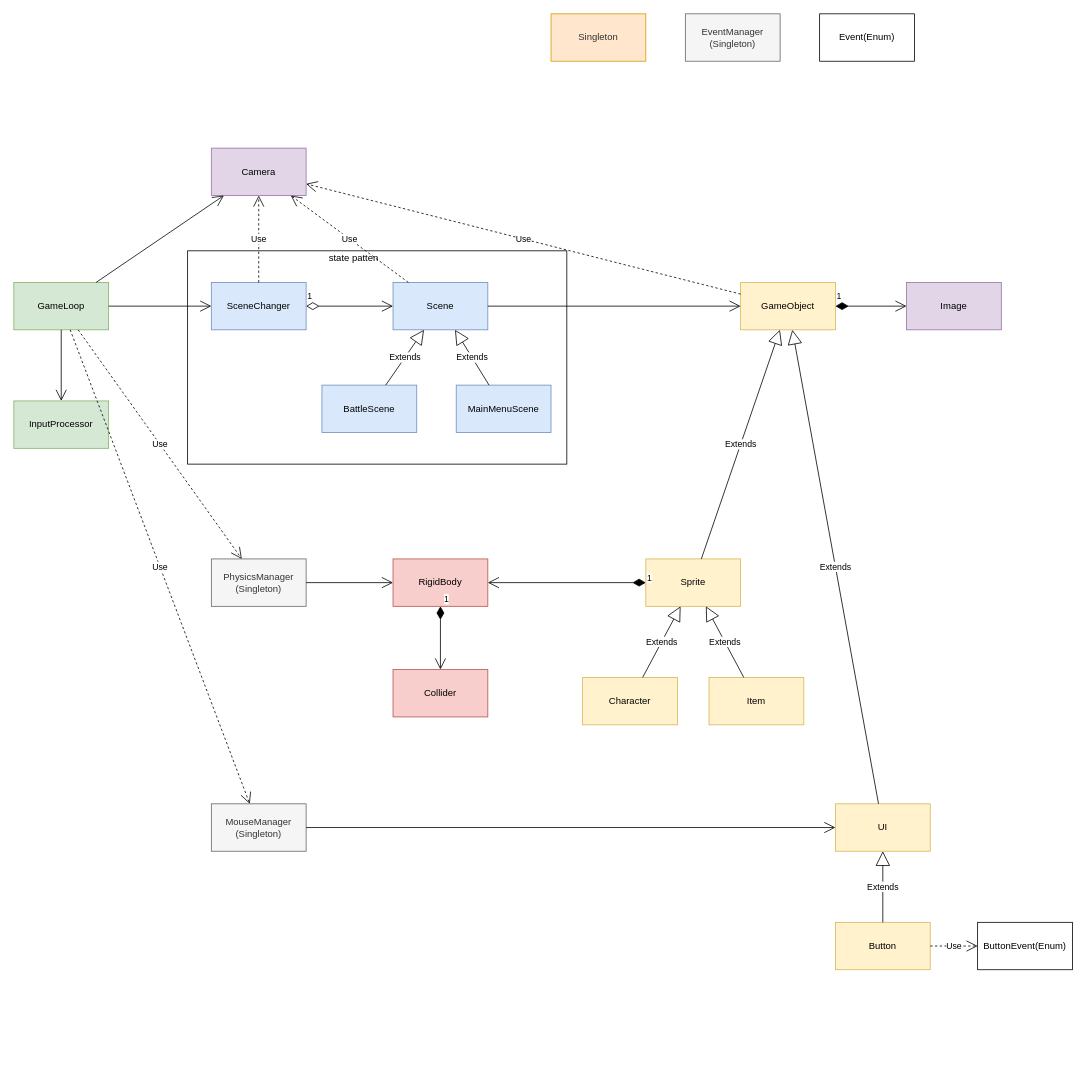
dopamine333/ARPG_Prototype keeps this draw.io diagram as page "Preview" (1 of 6) of Diagram/ARPG_PrototypeClassDiagram.drawio. Above is the earlier version. Source tidied: cells renumbered, new cells numbered last; positions are measured from the earlier drawing's top-left corner, leaving out a move shared by most shapes. Both pictures are drawn from the tidied source at 79%, with x=0, y=0 at pixel (13, 13).
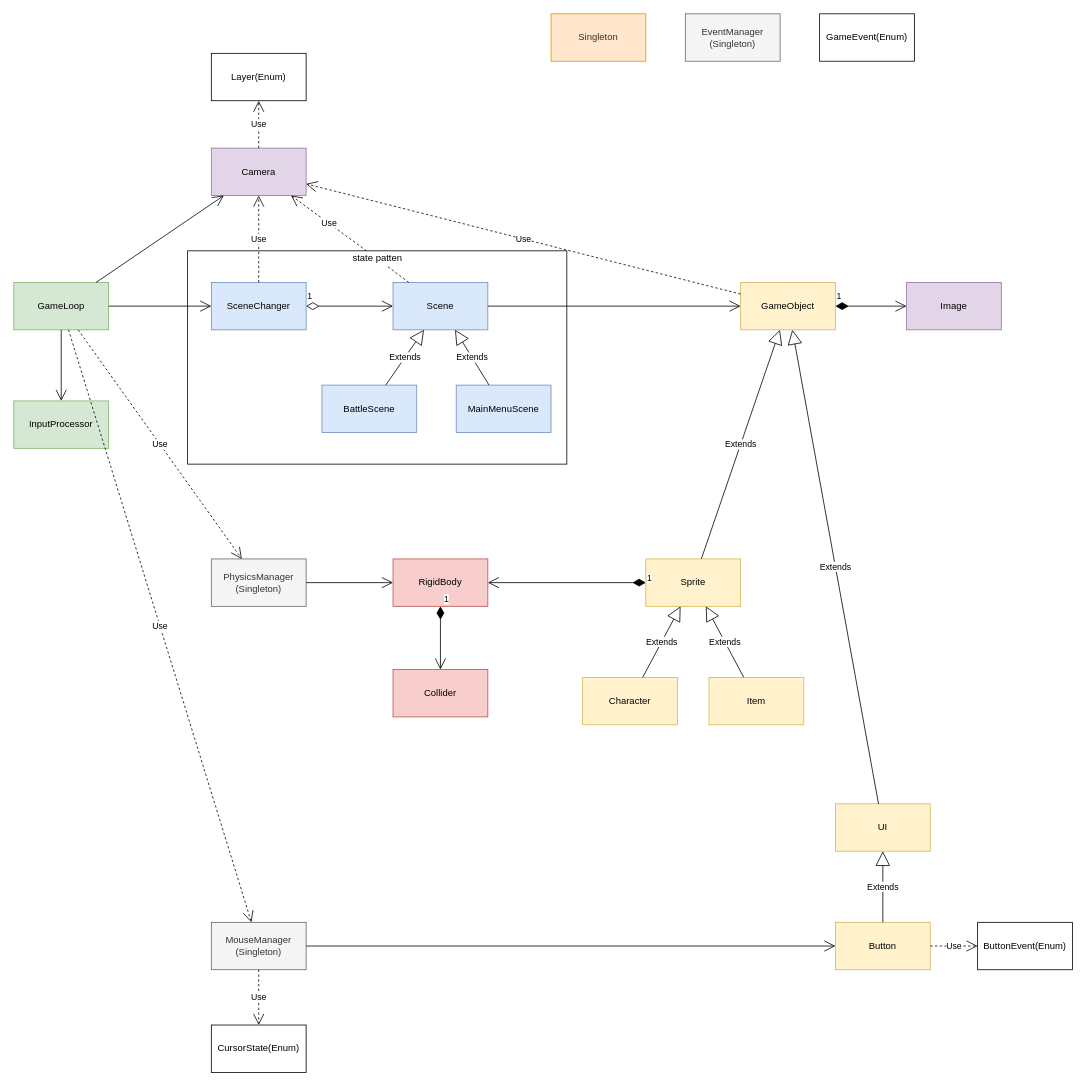
After the change.

The change refers to these unchanged cells:
```xml
<mxCell id="5" value="Camera" style="whiteSpace=wrap;html=1;fillColor=#e1d5e7;strokeColor=#9673a6;" parent="1" vertex="1">
  <mxGeometry x="250" y="170" width="120" height="60" as="geometry" />
</mxCell>
<mxCell id="8" value="UI" style="whiteSpace=wrap;html=1;fillColor=#fff2cc;strokeColor=#d6b656;" parent="1" vertex="1">
  <mxGeometry x="1040" y="1000" width="120" height="60" as="geometry" />
</mxCell>
<mxCell id="10" value="Button" style="whiteSpace=wrap;html=1;fillColor=#fff2cc;strokeColor=#d6b656;" parent="1" vertex="1">
  <mxGeometry x="1040" y="1150" width="120" height="60" as="geometry" />
</mxCell>
<mxCell id="12" value="Scene" style="whiteSpace=wrap;html=1;fillColor=#dae8fc;strokeColor=#6c8ebf;" parent="1" vertex="1">
  <mxGeometry x="480" y="340" width="120" height="60" as="geometry" />
</mxCell>
```

What changed in the source:
```diff
@@
-    <mxCell id="26" value="Use" style="endArrow=open;endSize=12;dashed=1;html=1;" parent="1" edge="1" source="12" target="5">
+    <mxCell id="26" value="Use" style="endArrow=open;endSize=12;dashed=1;html=1;startArrow=none;" parent="1" edge="1" source="42" target="5">
       <mxGeometry relative="1" as="geometry" />
     </mxCell>
@@
     <mxCell id="33" value="MouseManager&lt;br&gt;(Singleton)" style="whiteSpace=wrap;html=1;fillColor=#f5f5f5;strokeColor=#666666;fontColor=#333333;" parent="1" vertex="1">
-      <mxGeometry x="250" y="1000" width="120" height="60" as="geometry" />
+      <mxGeometry x="250" y="1150" width="120" height="60" as="geometry" />
     </mxCell>
@@
-    <mxCell id="35" value="Event(Enum)" style="whiteSpace=wrap;html=1;" parent="1" vertex="1">
+    <mxCell id="35" value="GameEvent(Enum)" style="whiteSpace=wrap;html=1;" parent="1" vertex="1">
       <mxGeometry x="1020" width="120" height="60" as="geometry" />
     </mxCell>
-    <mxCell id="36" style="endArrow=open;endFill=1;endSize=12;html=1;strokeColor=#000000;" parent="1" edge="1" source="33" target="8">
+    <mxCell id="36" style="endArrow=open;endFill=1;endSize=12;html=1;strokeColor=#000000;" parent="1" edge="1" source="33" target="10">
       <mxGeometry relative="1" as="geometry" />
     </mxCell>
@@
-    <mxCell id="42" value="state patten" style="text;html=1;align=center;verticalAlign=middle;points=[];strokeColor=none;" parent="1" vertex="1">
-      <mxGeometry x="390" y="300" width="80" height="20" as="geometry" />
-    </mxCell>
@@
+    <mxCell id="49" value="Layer(Enum)" style="whiteSpace=wrap;html=1;" parent="1" vertex="1">
+      <mxGeometry x="250" y="50" width="120" height="60" as="geometry" />
+    </mxCell>
+    <mxCell id="50" value="Use" style="endArrow=open;endSize=12;dashed=1;html=1;" parent="1" edge="1" source="5" target="49">
+      <mxGeometry relative="1" as="geometry" />
+    </mxCell>
+    <mxCell id="51" value="CursorState(Enum)" style="whiteSpace=wrap;html=1;" parent="1" vertex="1">
+      <mxGeometry x="250" y="1280" width="120" height="60" as="geometry" />
+    </mxCell>
+    <mxCell id="52" value="Use" style="endArrow=open;endSize=12;dashed=1;html=1;" parent="1" edge="1" source="33" target="51">
+      <mxGeometry relative="1" as="geometry" />
+    </mxCell>
+    <mxCell id="42" value="state patten" style="text;html=1;align=center;verticalAlign=middle;points=[];strokeColor=none;" parent="1" vertex="1">
+      <mxGeometry x="420" y="300" width="80" height="20" as="geometry" />
+    </mxCell>
+    <mxCell id="53" style="endArrow=none;endSize=12;dashed=1;html=1;" parent="1" edge="1" source="12" target="42">
+      <mxGeometry relative="1" as="geometry" />
+    </mxCell>
```
